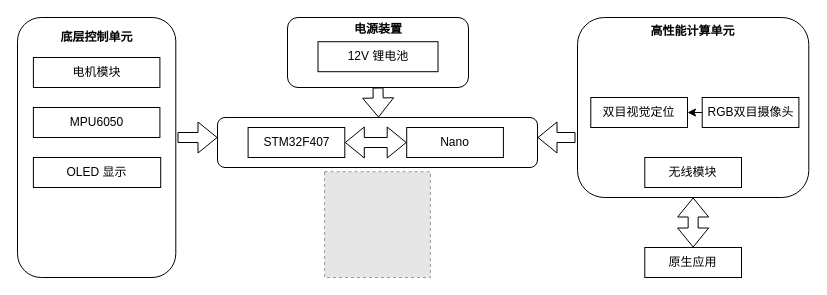
Above: 毕设硬件总体框架.drawio in gagalo123/drawIOTemp (draw.io), before the change. Source tidied: cells renumbered, new cells numbered last; positions are measured from the earlier drawing's top-left corner, leaving out a move shared by most shapes. Both pictures are drawn from the tidied source at 100%, with x=0, y=0 at pixel (17, 17). Pictures stored in the file or linked from it are replaced by grey dashed boxes.
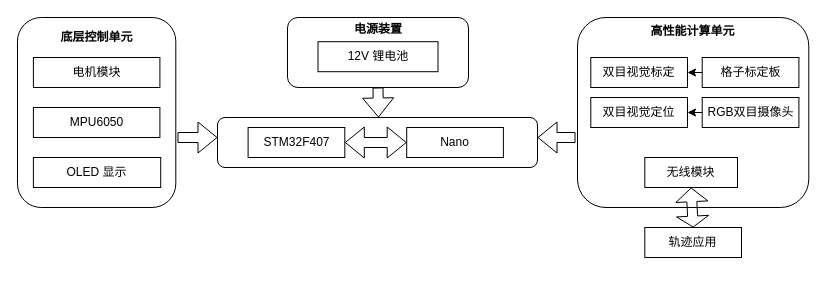
Above is the later version.

Commit message (it also covers changes not shown here):
Update 毕设硬件总体框架.drawio

The edit, as a diff of the source:
```diff
@@
-    <mxCell id="2" style="fillColor=#E6E6E6;strokeColor=#999999;dashed=1;verticalLabelPosition=bottom;labelBackgroundColor=default;verticalAlign=top;" parent="1" vertex="1">
-      <mxGeometry x="307.1" y="154.2" width="105.8" height="105.8" as="geometry" />
-    </mxCell>
@@
     <mxCell id="5" style="rounded=1;whiteSpace=wrap;html=1;" parent="1" vertex="1">
-      <mxGeometry x="560" width="231.3" height="180" as="geometry" />
+      <mxGeometry x="560" width="231.3" height="190" as="geometry" />
     </mxCell>
     <mxCell id="6" style="rounded=1;whiteSpace=wrap;html=1;" parent="1" vertex="1">
-      <mxGeometry width="158.3" height="260" as="geometry" />
+      <mxGeometry width="158.3" height="190" as="geometry" />
     </mxCell>
@@
-    <mxCell id="10" value="原生应用" style="rounded=0;whiteSpace=wrap;html=1;" parent="1" vertex="1">
-      <mxGeometry x="627.3" y="230" width="96.7" height="30" as="geometry" />
+    <mxCell id="10" value="轨迹应用" style="rounded=0;whiteSpace=wrap;html=1;" parent="1" vertex="1">
+      <mxGeometry x="627.3" y="210" width="96.7" height="30" as="geometry" />
     </mxCell>
@@
     <mxCell id="23" value="无线模块" style="rounded=0;whiteSpace=wrap;html=1;" parent="1" vertex="1">
-      <mxGeometry x="627.3" y="140" width="96.7" height="30" as="geometry" />
+      <mxGeometry x="627.3" y="140" width="92.7" height="30" as="geometry" />
     </mxCell>
-    <mxCell id="24" style="shape=flexArrow;endArrow=classic;startArrow=classic;html=1;rounded=0;exitX=0.5;exitY=1;exitDx=0;exitDy=0;entryX=0.5;entryY=0;entryDx=0;entryDy=0;" parent="1" edge="1" source="5" target="10">
+    <mxCell id="24" style="shape=flexArrow;endArrow=classic;startArrow=classic;html=1;rounded=0;entryX=0.5;entryY=0;entryDx=0;entryDy=0;exitX=0.5;exitY=1;exitDx=0;exitDy=0;startWidth=21.142857142857142;startSize=4.24;endWidth=21.142857142857142;endSize=3.2857142857142856;" parent="1" edge="1" source="23" target="10">
       <mxGeometry relative="1" as="geometry" />
     </mxCell>
@@
+    <mxCell id="26" style="edgeStyle=orthogonalEdgeStyle;rounded=0;jettySize=auto;html=1;exitX=0;exitY=0.5;exitDx=0;exitDy=0;entryX=1;entryY=0.5;entryDx=0;entryDy=0;" parent="1" edge="1" source="27" target="28">
+      <mxGeometry relative="1" as="geometry" />
+    </mxCell>
+    <mxCell id="27" value="格子标定板" style="rounded=0;whiteSpace=wrap;html=1;" parent="1" vertex="1">
+      <mxGeometry x="684.7" y="40" width="96.7" height="30" as="geometry" />
+    </mxCell>
+    <mxCell id="28" value="双目视觉标定" style="rounded=0;whiteSpace=wrap;html=1;" parent="1" vertex="1">
+      <mxGeometry x="573.3" y="40" width="96.7" height="30" as="geometry" />
+    </mxCell>
```
